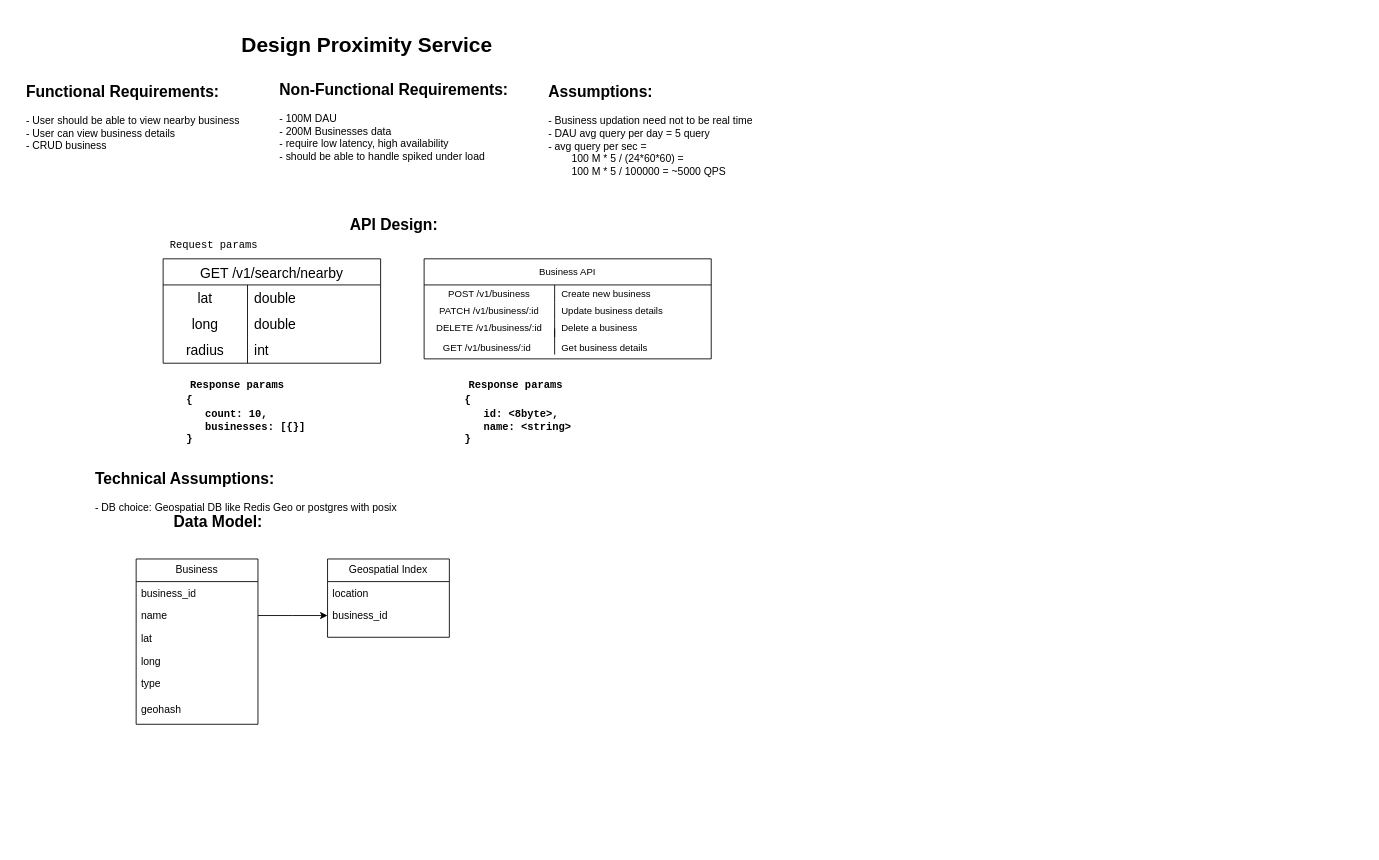
The draw.io diagram Untitled Diagram.drawio in code-storm/hld-problems, before the edit. Source tidied: cells renumbered, new cells numbered last; positions are measured from the earlier drawing's top-left corner, leaving out a move shared by most shapes. Both pictures are drawn from the tidied source at 87%, with x=0, y=0 at pixel (15, 15).
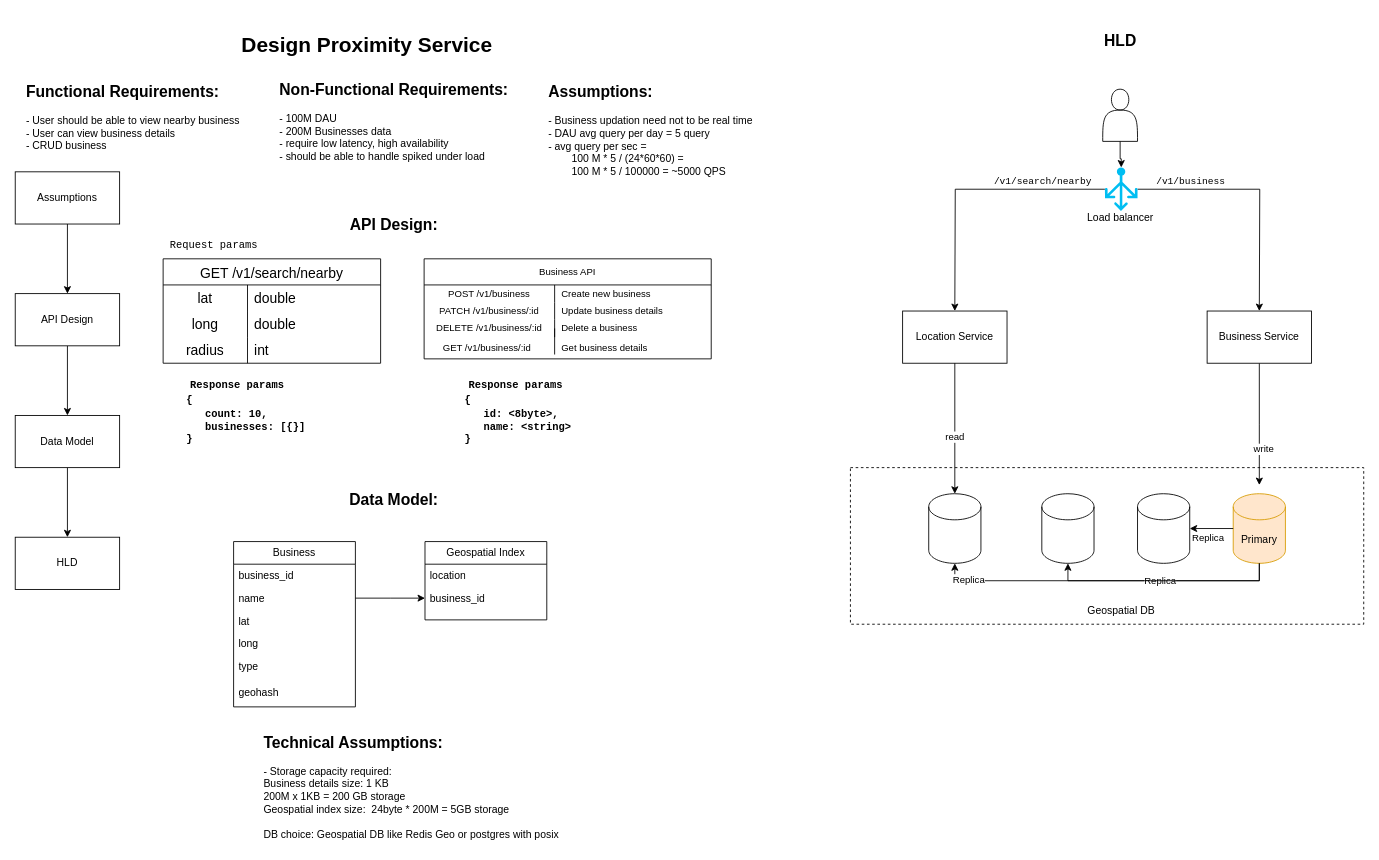
The same page after the edit.

The change refers to these unchanged cells:
```xml
<mxCell id="15" value="name" style="text;strokeColor=none;fillColor=none;align=left;verticalAlign=top;spacingLeft=4;spacingRight=4;overflow=hidden;points=[[0,0.5],[1,0.5]];portConstraint=eastwest;whiteSpace=wrap;html=1;" parent="12" vertex="1">
  <mxGeometry y="52" width="140" height="26" as="geometry" />
</mxCell>
```

The edit, as a diff of the source:
```diff
@@
+    <mxCell id="52" style="rounded=0;whiteSpace=wrap;html=1;dashed=1;fillColor=none;" parent="1" vertex="1">
+      <mxGeometry x="960" y="520" width="590" height="180" as="geometry" />
+    </mxCell>
@@
     <mxCell id="6" value="&lt;h2 style=&quot;text-align: left;&quot;&gt;Data Model:&lt;/h2&gt;&lt;div&gt;&lt;br&gt;&lt;/div&gt;" style="text;html=1;align=center;verticalAlign=middle;strokeColor=none;fillColor=none;" parent="1" vertex="1">
-      <mxGeometry x="168" y="550" width="130" height="80" as="geometry" />
+      <mxGeometry x="370" y="525" width="130" height="80" as="geometry" />
     </mxCell>
     <mxCell id="7" style="edgeStyle=orthogonalEdgeStyle;rounded=0;jettySize=auto;html=1;" parent="1" edge="1" source="15">
       <mxGeometry relative="1" as="geometry">
-        <mxPoint x="359" y="690" as="targetPoint" />
+        <mxPoint x="471" y="670" as="targetPoint" />
       </mxGeometry>
     </mxCell>
     <mxCell id="8" style="group;" parent="1" vertex="1">
-      <mxGeometry x="359" y="625" width="140" height="110" as="geometry" />
+      <mxGeometry x="471" y="605" width="140" height="110" as="geometry" />
     </mxCell>
@@
     <mxCell id="12" style="group;" parent="1" vertex="1">
-      <mxGeometry x="139" y="625" width="140" height="190" as="geometry" />
+      <mxGeometry x="251" y="605" width="140" height="190" as="geometry" />
     </mxCell>
@@
-    <mxCell id="20" value="&lt;h2 style=&quot;text-align: left;&quot;&gt;&lt;span style=&quot;background-color: initial;&quot;&gt;Technical Assumptions:&lt;/span&gt;&lt;/h2&gt;&lt;div style=&quot;text-align: left;&quot;&gt;&lt;span style=&quot;background-color: initial;&quot;&gt;- DB choice: Geospatial DB like Redis Geo or postgres with posix&lt;/span&gt;&lt;/div&gt;" style="text;html=1;align=center;verticalAlign=middle;strokeColor=none;fillColor=none;" parent="1" vertex="1">
-      <mxGeometry x="80" y="500" width="370" height="80" as="geometry" />
+    <mxCell id="20" value="&lt;h2 style=&quot;text-align: left;&quot;&gt;&lt;span style=&quot;background-color: initial;&quot;&gt;Technical Assumptions:&lt;/span&gt;&lt;/h2&gt;&lt;div style=&quot;text-align: left;&quot;&gt;&lt;span style=&quot;background-color: initial;&quot;&gt;- Storage capacity required:&amp;nbsp;&lt;br&gt;Business details size: 1 KB&lt;/span&gt;&lt;/div&gt;&lt;div style=&quot;text-align: left;&quot;&gt;&lt;span style=&quot;background-color: initial;&quot;&gt;200M x 1KB = 200 GB storage&lt;br&gt;Geospatial index size:&amp;nbsp; 24byte * 200M = 5GB storage&lt;br&gt;&lt;br&gt;DB choice: Geospatial DB like Redis Geo or postgres with posix&lt;/span&gt;&lt;/div&gt;" style="text;html=1;align=center;verticalAlign=middle;strokeColor=none;fillColor=none;" parent="1" vertex="1">
+      <mxGeometry x="275" y="805" width="360" height="150" as="geometry" />
     </mxCell>
@@
+    <mxCell id="53" style="edgeStyle=orthogonalEdgeStyle;rounded=0;jettySize=auto;html=1;" parent="1" edge="1" source="54" target="56">
+      <mxGeometry relative="1" as="geometry" />
+    </mxCell>
+    <mxCell id="54" value="Assumptions" style="rounded=0;whiteSpace=wrap;html=1;" parent="1" vertex="1">
+      <mxGeometry y="180" width="120" height="60" as="geometry" />
+    </mxCell>
+    <mxCell id="55" style="edgeStyle=orthogonalEdgeStyle;rounded=0;jettySize=auto;html=1;" parent="1" edge="1" source="56" target="58">
+      <mxGeometry relative="1" as="geometry" />
+    </mxCell>
+    <mxCell id="56" value="API Design" style="rounded=0;whiteSpace=wrap;html=1;" parent="1" vertex="1">
+      <mxGeometry y="320" width="120" height="60" as="geometry" />
+    </mxCell>
+    <mxCell id="57" style="edgeStyle=orthogonalEdgeStyle;rounded=0;jettySize=auto;html=1;" parent="1" edge="1" source="58" target="59">
+      <mxGeometry relative="1" as="geometry" />
+    </mxCell>
+    <mxCell id="58" value="Data Model" style="rounded=0;whiteSpace=wrap;html=1;" parent="1" vertex="1">
+      <mxGeometry y="460" width="120" height="60" as="geometry" />
+    </mxCell>
+    <mxCell id="59" value="HLD" style="rounded=0;whiteSpace=wrap;html=1;" parent="1" vertex="1">
+      <mxGeometry y="600" width="120" height="60" as="geometry" />
+    </mxCell>
+    <mxCell id="60" value="&lt;h2 style=&quot;text-align: left;&quot;&gt;HLD&lt;/h2&gt;" style="text;html=1;align=center;verticalAlign=middle;strokeColor=none;fillColor=none;" parent="1" vertex="1">
+      <mxGeometry x="1240" width="60" height="60" as="geometry" />
+    </mxCell>
+    <mxCell id="61" style="shape=actor;whiteSpace=wrap;html=1;" parent="1" vertex="1">
+      <mxGeometry x="1250" y="85" width="40" height="60" as="geometry" />
+    </mxCell>
+    <mxCell id="62" style="edgeStyle=orthogonalEdgeStyle;rounded=0;jettySize=auto;html=1;" parent="1" edge="1" source="66">
+      <mxGeometry relative="1" as="geometry">
+        <mxPoint x="1080" y="340" as="targetPoint" />
+      </mxGeometry>
+    </mxCell>
+    <mxCell id="63" value="&lt;font face=&quot;Courier New&quot;&gt;/v1/search/nearby&lt;/font&gt;" style="edgeLabel;html=1;align=center;verticalAlign=middle;" parent="62" vertex="1">
+      <mxGeometry x="-0.39" relative="1" as="geometry">
+        <mxPoint x="23" y="-10" as="offset" />
+      </mxGeometry>
+    </mxCell>
+    <mxCell id="64" style="edgeStyle=orthogonalEdgeStyle;rounded=0;jettySize=auto;html=1;" parent="1" edge="1" source="66">
+      <mxGeometry relative="1" as="geometry">
+        <mxPoint x="1430" y="340" as="targetPoint" />
+      </mxGeometry>
+    </mxCell>
+    <mxCell id="65" value="/v1/business" style="edgeLabel;html=1;align=center;verticalAlign=middle;fontFamily=Courier New;" parent="64" vertex="1">
+      <mxGeometry x="-0.62" y="-1" relative="1" as="geometry">
+        <mxPoint x="7" y="-11" as="offset" />
+      </mxGeometry>
+    </mxCell>
+    <mxCell id="66" style="verticalLabelPosition=bottom;html=1;verticalAlign=top;align=center;strokeColor=none;fillColor=#00BEF2;shape=mxgraph.azure.load_balancer_generic;" parent="1" vertex="1">
+      <mxGeometry x="1252.5" y="175" width="37.5" height="50" as="geometry" />
+    </mxCell>
+    <mxCell id="67" style="edgeStyle=orthogonalEdgeStyle;rounded=0;jettySize=auto;html=1;entryX=0.5;entryY=0;entryDx=0;entryDy=0;entryPerimeter=0;" parent="1" edge="1" source="61" target="66">
+      <mxGeometry relative="1" as="geometry" />
+    </mxCell>
+    <mxCell id="68" value="Location Service" style="rounded=0;whiteSpace=wrap;html=1;" parent="1" vertex="1">
+      <mxGeometry x="1020" y="340" width="120" height="60" as="geometry" />
+    </mxCell>
+    <mxCell id="69" style="edgeStyle=orthogonalEdgeStyle;rounded=0;jettySize=auto;html=1;" parent="1" edge="1" source="71">
+      <mxGeometry relative="1" as="geometry">
+        <mxPoint x="1430" y="540" as="targetPoint" />
+      </mxGeometry>
+    </mxCell>
+    <mxCell id="70" value="write" style="edgeLabel;html=1;align=center;verticalAlign=middle;" parent="69" vertex="1">
+      <mxGeometry x="0.39" y="4" relative="1" as="geometry">
+        <mxPoint y="1" as="offset" />
+      </mxGeometry>
+    </mxCell>
+    <mxCell id="71" value="Business Service" style="rounded=0;whiteSpace=wrap;html=1;" parent="1" vertex="1">
+      <mxGeometry x="1370" y="340" width="120" height="60" as="geometry" />
+    </mxCell>
+    <mxCell id="72" value="Primary" style="shape=cylinder3;whiteSpace=wrap;html=1;boundedLbl=1;backgroundOutline=1;size=15;fillColor=#ffe6cc;strokeColor=#d79b00;align=center;" parent="1" vertex="1">
+      <mxGeometry x="1400" y="550" width="60" height="80" as="geometry" />
+    </mxCell>
+    <mxCell id="73" style="shape=cylinder3;whiteSpace=wrap;html=1;boundedLbl=1;backgroundOutline=1;size=15;align=center;" parent="1" vertex="1">
+      <mxGeometry x="1290" y="550" width="60" height="80" as="geometry" />
+    </mxCell>
+    <mxCell id="74" style="shape=cylinder3;whiteSpace=wrap;html=1;boundedLbl=1;backgroundOutline=1;size=15;align=center;" parent="1" vertex="1">
+      <mxGeometry x="1180" y="550" width="60" height="80" as="geometry" />
+    </mxCell>
+    <mxCell id="75" style="shape=cylinder3;whiteSpace=wrap;html=1;boundedLbl=1;backgroundOutline=1;size=15;align=center;" parent="1" vertex="1">
+      <mxGeometry x="1050" y="550" width="60" height="80" as="geometry" />
+    </mxCell>
+    <mxCell id="76" style="edgeStyle=orthogonalEdgeStyle;rounded=0;jettySize=auto;html=1;entryX=0.5;entryY=0;entryDx=0;entryDy=0;entryPerimeter=0;" parent="1" edge="1" source="68" target="75">
+      <mxGeometry relative="1" as="geometry" />
+    </mxCell>
+    <mxCell id="77" value="read" style="edgeLabel;html=1;align=center;verticalAlign=middle;" parent="76" vertex="1">
+      <mxGeometry x="0.12" y="-1" relative="1" as="geometry" />
+    </mxCell>
+    <mxCell id="78" style="edgeStyle=orthogonalEdgeStyle;rounded=0;jettySize=auto;html=1;entryX=1;entryY=0.5;entryDx=0;entryDy=0;entryPerimeter=0;" parent="1" edge="1" source="72" target="73">
+      <mxGeometry relative="1" as="geometry" />
+    </mxCell>
+    <mxCell id="79" value="Replica" style="edgeLabel;html=1;align=center;verticalAlign=middle;" parent="78" vertex="1">
+      <mxGeometry x="0.07" y="2" relative="1" as="geometry">
+        <mxPoint x="-3" y="8" as="offset" />
+      </mxGeometry>
+    </mxCell>
+    <mxCell id="80" style="edgeStyle=orthogonalEdgeStyle;rounded=0;jettySize=auto;html=1;entryX=0.5;entryY=1;entryDx=0;entryDy=0;entryPerimeter=0;" parent="1" edge="1" source="72" target="74">
+      <mxGeometry relative="1" as="geometry">
+        <Array as="points">
+          <mxPoint x="1430" y="650" />
+          <mxPoint x="1210" y="650" />
+        </Array>
+      </mxGeometry>
+    </mxCell>
+    <mxCell id="81" value="Replica" style="edgeLabel;html=1;align=center;verticalAlign=middle;" parent="80" vertex="1">
+      <mxGeometry x="0.04" y="-1" relative="1" as="geometry" />
+    </mxCell>
+    <mxCell id="82" style="edgeStyle=orthogonalEdgeStyle;rounded=0;jettySize=auto;html=1;entryX=0.5;entryY=1;entryDx=0;entryDy=0;entryPerimeter=0;" parent="1" edge="1" source="72" target="75">
+      <mxGeometry relative="1" as="geometry">
+        <Array as="points">
+          <mxPoint x="1430" y="650" />
+          <mxPoint x="1080" y="650" />
+        </Array>
+      </mxGeometry>
+    </mxCell>
+    <mxCell id="83" value="Replica" style="edgeLabel;html=1;align=center;verticalAlign=middle;" parent="82" vertex="1">
+      <mxGeometry x="0.82" y="-2" relative="1" as="geometry" />
+    </mxCell>
+    <mxCell id="84" value="Load balancer" style="text;html=1;align=center;verticalAlign=middle;strokeColor=none;fillColor=none;" parent="1" vertex="1">
+      <mxGeometry x="1220" y="218" width="100" height="30" as="geometry" />
+    </mxCell>
+    <mxCell id="85" value="Geospatial DB" style="text;html=1;align=center;verticalAlign=middle;strokeColor=none;fillColor=none;" parent="1" vertex="1">
+      <mxGeometry x="1221.2" y="670" width="100" height="30" as="geometry" />
+    </mxCell>
```
